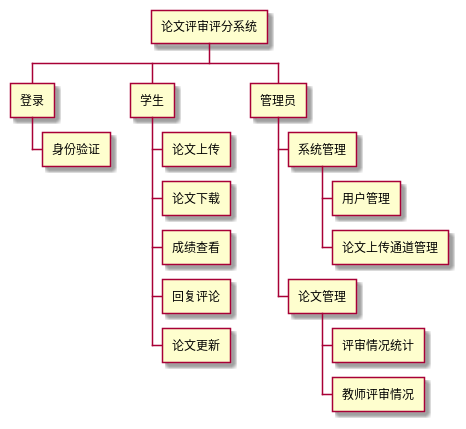
Before: documents/latexPaper_/out/uml/WBS/系统WBS/系统WBS.png, a diagram exported from PlantUML (swithun-liu/scoring_system).
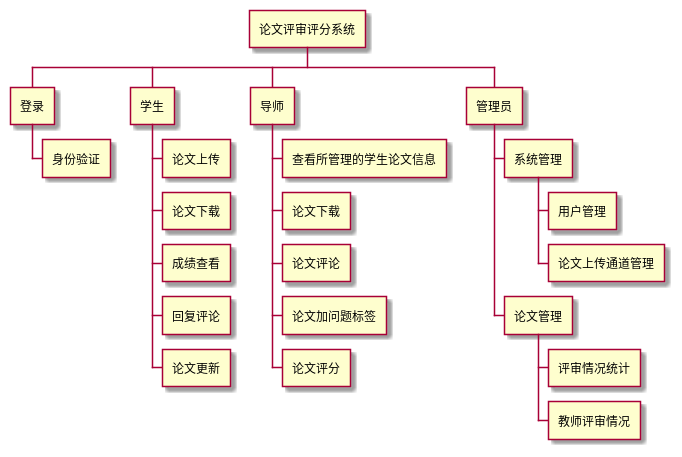
Above is the later version.

Diff of the diagram source:
```diff
@@ -8,7 +8,7 @@
 +++ 成绩查看
 +++ 回复评论
 +++ 论文更新
-+- 导师
+++ 导师
 +++ 查看所管理的学生论文信息
 +++ 论文下载
 +++ 论文评论
```
